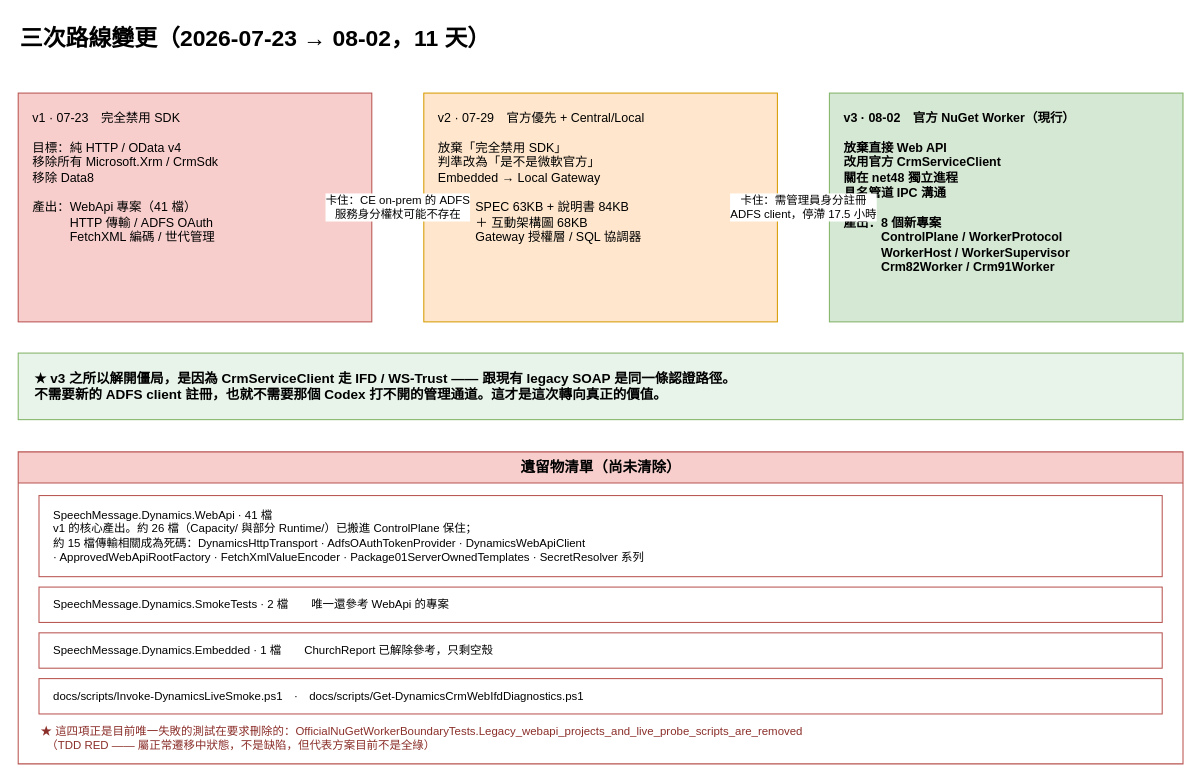
The draw.io diagram page "4 · 三次路線變更與遺留物" (4 of 4) of docs/speechmessageproducts-architecture.drawio in MengSung/SpeechMessageProducts, before the edit. Source tidied: cells renumbered, new cells numbered last; positions are measured from the earlier drawing's top-left corner, leaving out a move shared by most shapes. Both pictures are drawn from the tidied source at 104%, with x=0, y=0 at pixel (18, 18).
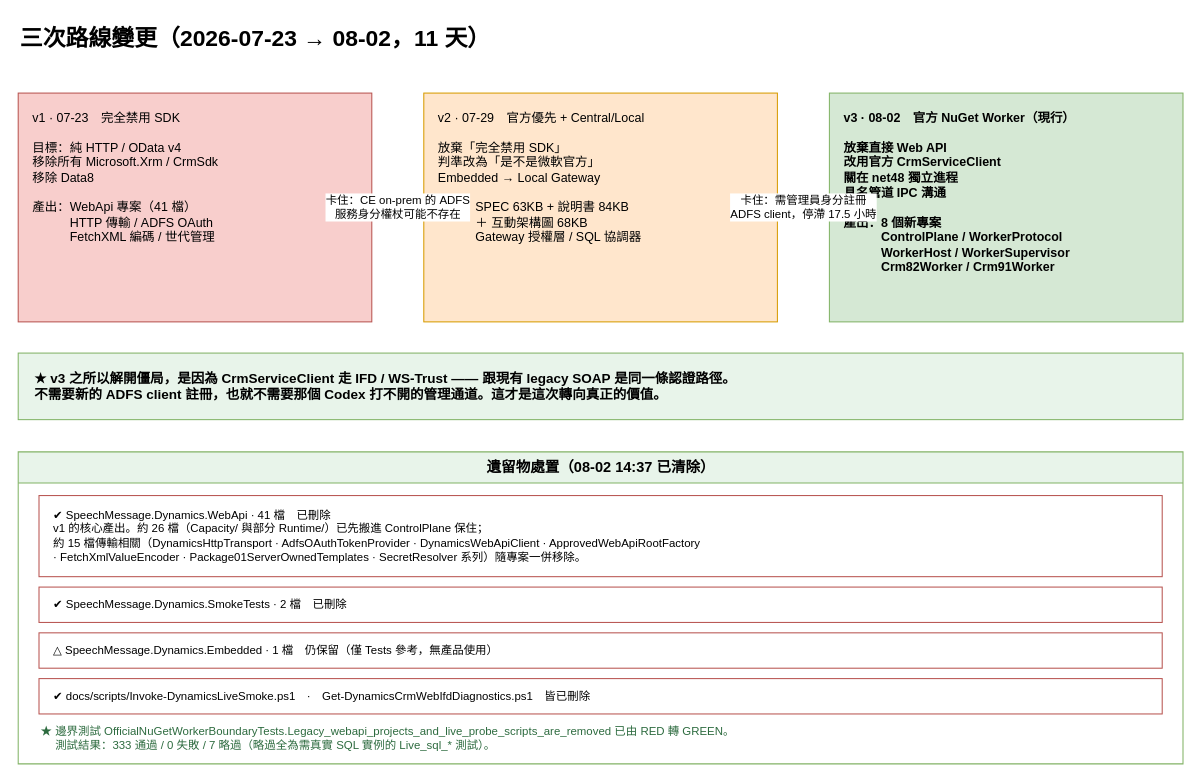
The same diagram, later.

Commit message (it also covers changes not shown here):
移除 WebApi/SmokeTests/診斷腳本並更新架構圖

本次完成 WebApi、SmokeTests 及診斷腳本的最終移除，更新 speechmessageproducts-architecture.drawio 架構圖與 .turns.json，重點如下：

- 架構圖標註 WebApi/SmokeTests/診斷腳本已清理，專案數由 33 減至 31，Dynamics 區塊由 15 減至 13。
- Embedded 專案僅保留測試參考，明確標註△。
- Dynamics.Tests 測試案例全數通過（333/0），唯一 RED 邊界測試已轉為 GREEN，僅 7 項 SQL live 測試略過。
- .turns.json 僅保留 Phase 4/5/6 相關記錄，移除重複並新增最新 implementation 進度。
- 所有說明、顏色標註、測試結果同步現況，確保無遺留 legacy 專案，架構圖與專案狀態一致。

Diff of the diagram source:
```diff
@@
 <mxGraphModel>
   <root>
     <mxCell id="0" />
     <mxCell id="1" parent="0" />
     <mxCell id="2" value="三次路線變更（2026-07-23 → 08-02，11 天）" style="text;html=1;fontSize=22;fontStyle=1;align=left;" parent="1" vertex="1">
       <mxGeometry width="800" height="34" as="geometry" />
     </mxCell>
     <mxCell id="3" value="v1 · 07-23　完全禁用 SDK&#10;&#10;目標：純 HTTP / OData v4&#10;移除所有 Microsoft.Xrm / CrmSdk&#10;移除 Data8&#10;&#10;產出：WebApi 專案（41 檔）&#10;　　　HTTP 傳輸 / ADFS OAuth&#10;　　　FetchXML 編碼 / 世代管理" style="rounded=0;whiteSpace=wrap;html=1;fillColor=#f8cecc;strokeColor=#b85450;fontSize=12;align=left;spacingLeft=12;verticalAlign=top;spacingTop=10;" parent="1" vertex="1">
       <mxGeometry y="72" width="340" height="220" as="geometry" />
     </mxCell>
     <mxCell id="4" value="v2 · 07-29　官方優先 + Central/Local&#10;&#10;放棄「完全禁用 SDK」&#10;判準改為「是不是微軟官方」&#10;Embedded → Local Gateway&#10;&#10;產出：SPEC 63KB + 說明書 84KB&#10;　　　＋ 互動架構圖 68KB&#10;　　　Gateway 授權層 / SQL 協調器" style="rounded=0;whiteSpace=wrap;html=1;fillColor=#ffe6cc;strokeColor=#d79b00;fontSize=12;align=left;spacingLeft=12;verticalAlign=top;spacingTop=10;" parent="1" vertex="1">
       <mxGeometry x="390" y="72" width="340" height="220" as="geometry" />
     </mxCell>
     <mxCell id="5" value="v3 · 08-02　官方 NuGet Worker（現行）&#10;&#10;放棄直接 Web API&#10;改用官方 CrmServiceClient&#10;關在 net48 獨立進程&#10;具名管道 IPC 溝通&#10;&#10;產出：8 個新專案&#10;　　　ControlPlane / WorkerProtocol&#10;　　　WorkerHost / WorkerSupervisor&#10;　　　Crm82Worker / Crm91Worker" style="rounded=0;whiteSpace=wrap;html=1;fillColor=#d5e8d4;strokeColor=#82b366;fontSize=12;align=left;spacingLeft=12;verticalAlign=top;spacingTop=10;fontStyle=1;" parent="1" vertex="1">
       <mxGeometry x="780" y="72" width="340" height="220" as="geometry" />
     </mxCell>
     <mxCell id="6" value="卡住：CE on-prem 的 ADFS&#10;服務身分權杖可能不存在" style="edgeStyle=orthogonalEdgeStyle;html=1;strokeWidth=3;strokeColor=#b85450;fontSize=11;" parent="1" edge="1" source="3" target="4">
       <mxGeometry relative="1" as="geometry" />
     </mxCell>
     <mxCell id="7" value="卡住：需管理員身分註冊&#10;ADFS client，停滯 17.5 小時" style="edgeStyle=orthogonalEdgeStyle;html=1;strokeWidth=3;strokeColor=#d79b00;fontSize=11;" parent="1" edge="1" source="4" target="5">
       <mxGeometry relative="1" as="geometry" />
     </mxCell>
     <mxCell id="8" value="★ v3 之所以解開僵局，是因為 CrmServiceClient 走 IFD / WS-Trust —— 跟現有 legacy SOAP 是同一條認證路徑。&#10;不需要新的 ADFS client 註冊，也就不需要那個 Codex 打不開的管理通道。這才是這次轉向真正的價值。" style="rounded=0;whiteSpace=wrap;html=1;fillColor=#e8f4ea;strokeColor=#82b366;fontSize=13;fontStyle=1;align=left;spacingLeft=14;" parent="1" vertex="1">
       <mxGeometry y="322" width="1120" height="64" as="geometry" />
     </mxCell>
-    <mxCell id="9" value="遺留物清單（尚未清除）" style="swimlane;html=1;startSize=30;fillColor=#f8cecc;strokeColor=#b85450;fontSize=14;fontStyle=1;" parent="1" vertex="1">
+    <mxCell id="9" value="遺留物處置（08-02 14:37 已清除）" style="swimlane;html=1;startSize=30;fillColor=#e8f4ea;strokeColor=#82b366;fontSize=14;fontStyle=1;" parent="1" vertex="1">
       <mxGeometry y="417" width="1120" height="300" as="geometry" />
     </mxCell>
-    <mxCell id="10" value="SpeechMessage.Dynamics.WebApi · 41 檔&#10;v1 的核心產出。約 26 檔（Capacity/ 與部分 Runtime/）已搬進 ControlPlane 保住；&#10;約 15 檔傳輸相關成為死碼：DynamicsHttpTransport · AdfsOAuthTokenProvider · DynamicsWebApiClient&#10;· ApprovedWebApiRootFactory · FetchXmlValueEncoder · Package01ServerOwnedTemplates · SecretResolver 系列" style="rounded=0;whiteSpace=wrap;html=1;fillColor=#ffffff;strokeColor=#b85450;fontSize=11;align=left;spacingLeft=12;" parent="9" vertex="1">
+    <mxCell id="10" value="✔ SpeechMessage.Dynamics.WebApi · 41 檔　已刪除&#10;v1 的核心產出。約 26 檔（Capacity/ 與部分 Runtime/）已先搬進 ControlPlane 保住；&#10;約 15 檔傳輸相關（DynamicsHttpTransport · AdfsOAuthTokenProvider · DynamicsWebApiClient · ApprovedWebApiRootFactory&#10;· FetchXmlValueEncoder · Package01ServerOwnedTemplates · SecretResolver 系列）隨專案一併移除。" style="rounded=0;whiteSpace=wrap;html=1;fillColor=#ffffff;strokeColor=#b85450;fontSize=11;align=left;spacingLeft=12;" parent="9" vertex="1">
       <mxGeometry x="20" y="42" width="1080" height="78" as="geometry" />
     </mxCell>
-    <mxCell id="11" value="SpeechMessage.Dynamics.SmokeTests · 2 檔　　唯一還參考 WebApi 的專案" style="rounded=0;whiteSpace=wrap;html=1;fillColor=#ffffff;strokeColor=#b85450;fontSize=11;align=left;spacingLeft=12;" parent="9" vertex="1">
+    <mxCell id="11" value="✔ SpeechMessage.Dynamics.SmokeTests · 2 檔　已刪除" style="rounded=0;whiteSpace=wrap;html=1;fillColor=#ffffff;strokeColor=#b85450;fontSize=11;align=left;spacingLeft=12;" parent="9" vertex="1">
       <mxGeometry x="20" y="130" width="1080" height="34" as="geometry" />
     </mxCell>
-    <mxCell id="12" value="SpeechMessage.Dynamics.Embedded · 1 檔　　ChurchReport 已解除參考，只剩空殼" style="rounded=0;whiteSpace=wrap;html=1;fillColor=#ffffff;strokeColor=#b85450;fontSize=11;align=left;spacingLeft=12;" parent="9" vertex="1">
+    <mxCell id="12" value="△ SpeechMessage.Dynamics.Embedded · 1 檔　仍保留（僅 Tests 參考，無產品使用）" style="rounded=0;whiteSpace=wrap;html=1;fillColor=#ffffff;strokeColor=#b85450;fontSize=11;align=left;spacingLeft=12;" parent="9" vertex="1">
       <mxGeometry x="20" y="174" width="1080" height="34" as="geometry" />
     </mxCell>
-    <mxCell id="13" value="docs/scripts/Invoke-DynamicsLiveSmoke.ps1　·　docs/scripts/Get-DynamicsCrmWebIfdDiagnostics.ps1" style="rounded=0;whiteSpace=wrap;html=1;fillColor=#ffffff;strokeColor=#b85450;fontSize=11;align=left;spacingLeft=12;" parent="9" vertex="1">
+    <mxCell id="13" value="✔ docs/scripts/Invoke-DynamicsLiveSmoke.ps1　·　Get-DynamicsCrmWebIfdDiagnostics.ps1　皆已刪除" style="rounded=0;whiteSpace=wrap;html=1;fillColor=#ffffff;strokeColor=#b85450;fontSize=11;align=left;spacingLeft=12;" parent="9" vertex="1">
       <mxGeometry x="20" y="218" width="1080" height="34" as="geometry" />
     </mxCell>
-    <mxCell id="14" value="★ 這四項正是目前唯一失敗的測試在要求刪除的：OfficialNuGetWorkerBoundaryTests.Legacy_webapi_projects_and_live_probe_scripts_are_removed&#10;　（TDD RED —— 屬正常遷移中狀態，不是缺陷，但代表方案目前不是全綠）" style="text;html=1;fontSize=11;fontColor=#8b2f2a;align=left;" parent="9" vertex="1">
+    <mxCell id="14" value="★ 邊界測試 OfficialNuGetWorkerBoundaryTests.Legacy_webapi_projects_and_live_probe_scripts_are_removed 已由 RED 轉 GREEN。&#10;　 測試結果：333 通過 / 0 失敗 / 7 略過（略過全為需真實 SQL 實例的 Live_sql_* 測試）。" style="text;html=1;fontSize=11;fontColor=#2d6b3f;align=left;" parent="9" vertex="1">
       <mxGeometry x="20" y="256" width="1080" height="36" as="geometry" />
     </mxCell>
   </root>
 </mxGraphModel>
```
